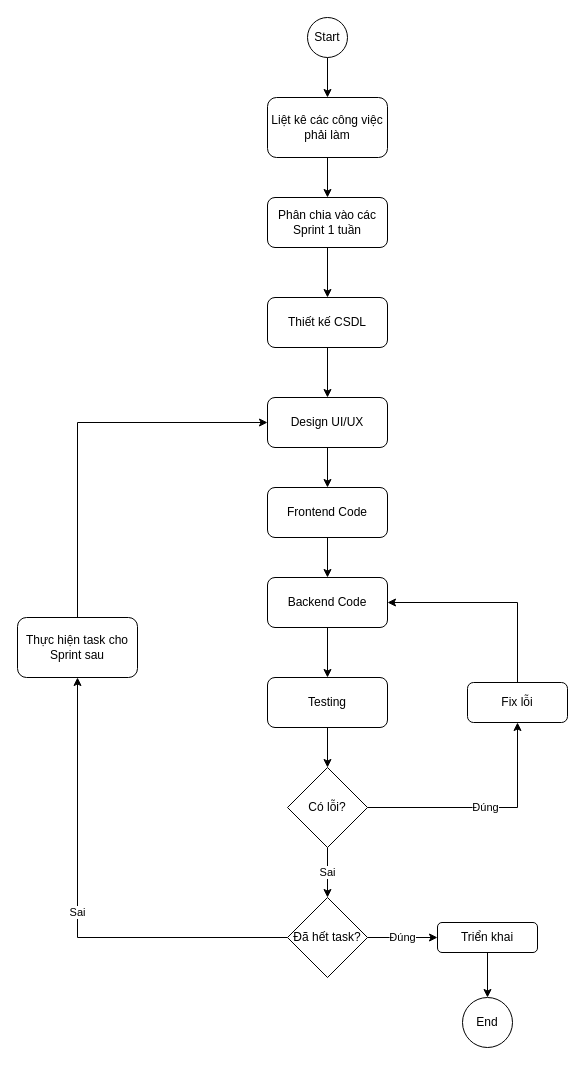
Earlier version of the draw.io diagram page "WorkFlow" (4 of 4) of documents/data-flow/SM.drawio (ngthuongdoan/StudyManagement). Source tidied: cells renumbered, new cells numbered last; positions are measured from the earlier drawing's top-left corner, leaving out a move shared by most shapes. Both pictures are drawn from the tidied source at 100%, with x=0, y=0 at pixel (17, 17).
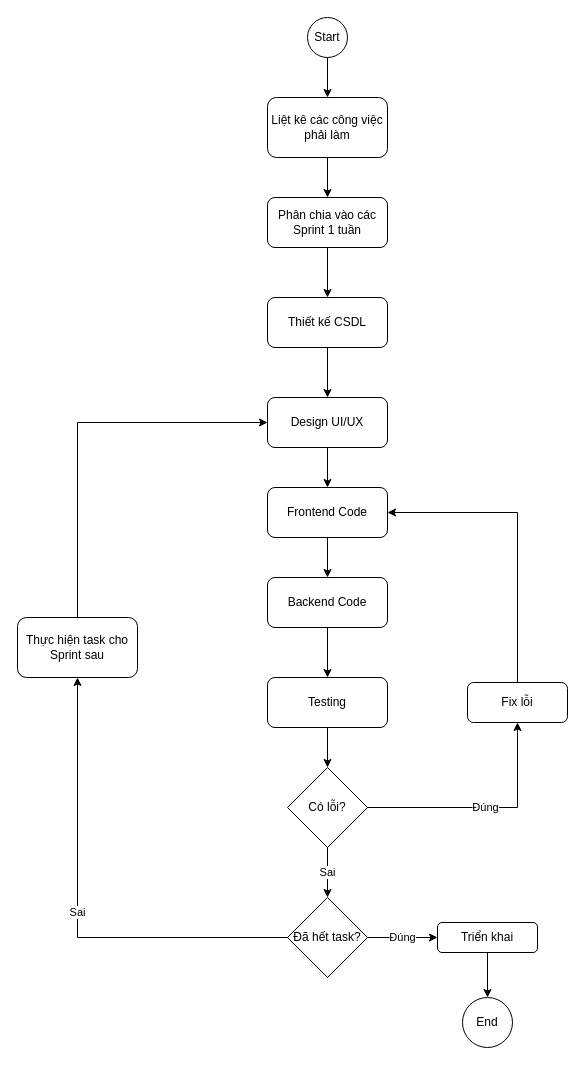
The same diagram, later.

Unchanged cells that the change refers to:
```xml
<mxCell id="11" value="Backend Code" style="rounded=1;whiteSpace=wrap;html=1;" parent="1" vertex="1">
  <mxGeometry x="250" y="560" width="120" height="50" as="geometry" />
</mxCell>
<mxCell id="13" value="Frontend Code" style="rounded=1;whiteSpace=wrap;html=1;" parent="1" vertex="1">
  <mxGeometry x="250" y="470" width="120" height="50" as="geometry" />
</mxCell>
<mxCell id="22" value="Fix lỗi" style="rounded=1;whiteSpace=wrap;html=1;" parent="1" vertex="1">
  <mxGeometry x="450" y="665" width="100" height="40" as="geometry" />
</mxCell>
```

Change to the diagram source:
```diff
@@
-    <mxCell id="21" style="edgeStyle=orthogonalEdgeStyle;rounded=0;jettySize=auto;html=1;exitX=0.5;exitY=0;exitDx=0;exitDy=0;entryX=1;entryY=0.5;entryDx=0;entryDy=0;" parent="1" edge="1" source="22" target="11">
+    <mxCell id="21" style="edgeStyle=orthogonalEdgeStyle;rounded=0;jettySize=auto;html=1;exitX=0.5;exitY=0;exitDx=0;exitDy=0;entryX=1;entryY=0.5;entryDx=0;entryDy=0;" parent="1" edge="1" source="22" target="13">
       <mxGeometry relative="1" as="geometry" />
     </mxCell>
```
